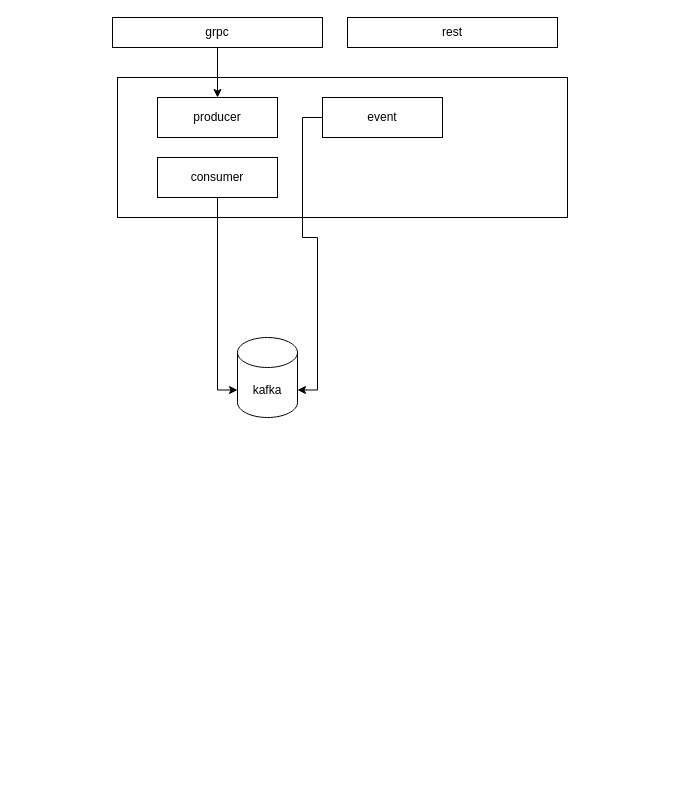
qiaogy91/maudit keeps this draw.io diagram as docs/arch.drawio. Above is the earlier version. Source tidied: cells renumbered, new cells numbered last; positions are measured from the earlier drawing's top-left corner, leaving out a move shared by most shapes. Both pictures are drawn from the tidied source at 100%, with x=0, y=0 at pixel (112, 17).
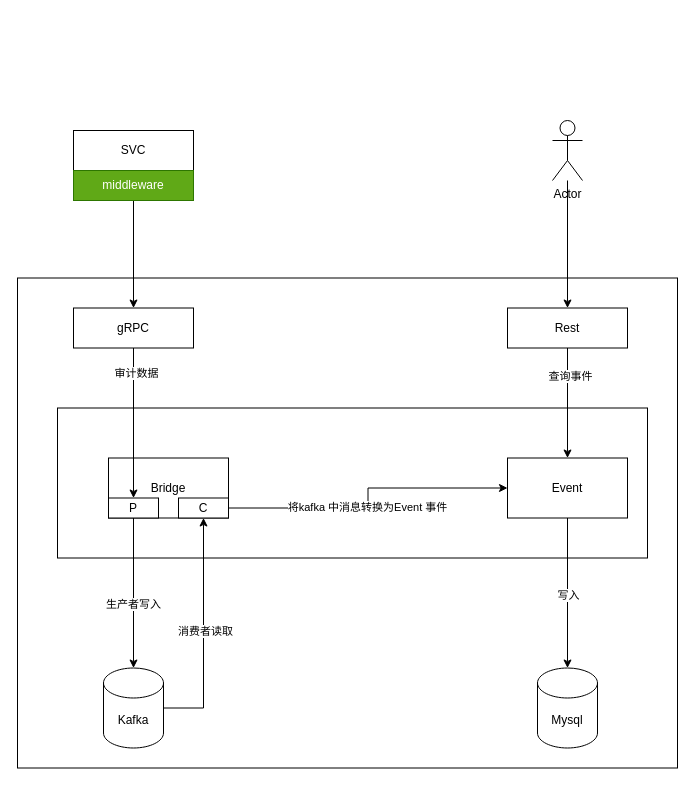
The same diagram, later.

What changed in the source:
```diff
@@
-    <mxCell id="2" style="rounded=0;whiteSpace=wrap;html=1;" parent="1" vertex="1">
-      <mxGeometry x="5" y="60" width="450" height="140" as="geometry" />
-    </mxCell>
-    <mxCell id="3" style="edgeStyle=orthogonalEdgeStyle;rounded=0;jettySize=auto;html=1;entryX=0.5;entryY=0;entryDx=0;entryDy=0;" parent="1" edge="1" source="4" target="6">
-      <mxGeometry relative="1" as="geometry" />
-    </mxCell>
-    <mxCell id="4" value="grpc" style="rounded=0;whiteSpace=wrap;html=1;" parent="1" vertex="1">
-      <mxGeometry width="210" height="30" as="geometry" />
-    </mxCell>
-    <mxCell id="5" value="kafka" style="shape=cylinder3;whiteSpace=wrap;html=1;boundedLbl=1;backgroundOutline=1;size=15;" parent="1" vertex="1">
-      <mxGeometry x="125" y="320" width="60" height="80" as="geometry" />
-    </mxCell>
-    <mxCell id="6" value="producer" style="rounded=0;whiteSpace=wrap;html=1;" parent="1" vertex="1">
-      <mxGeometry x="45" y="80" width="120" height="40" as="geometry" />
-    </mxCell>
-    <mxCell id="7" style="edgeStyle=orthogonalEdgeStyle;rounded=0;jettySize=auto;html=1;entryX=0;entryY=0;entryDx=0;entryDy=52.5;entryPerimeter=0;" parent="1" edge="1" source="8" target="5">
-      <mxGeometry relative="1" as="geometry" />
-    </mxCell>
-    <mxCell id="8" value="consumer" style="rounded=0;whiteSpace=wrap;html=1;" parent="1" vertex="1">
-      <mxGeometry x="45" y="140" width="120" height="40" as="geometry" />
-    </mxCell>
-    <mxCell id="9" value="rest" style="rounded=0;whiteSpace=wrap;html=1;" parent="1" vertex="1">
-      <mxGeometry x="235" width="210" height="30" as="geometry" />
-    </mxCell>
+    <mxCell id="12" style="rounded=0;whiteSpace=wrap;html=1;" parent="1" vertex="1">
+      <mxGeometry x="-95" y="260.5" width="660" height="490" as="geometry" />
+    </mxCell>
-    <mxCell id="10" style="edgeStyle=orthogonalEdgeStyle;rounded=0;jettySize=auto;html=1;entryX=1;entryY=0;entryDx=0;entryDy=52.5;entryPerimeter=0;" parent="1" edge="1" source="11" target="5">
-      <mxGeometry relative="1" as="geometry" />
+    <mxCell id="10" style="rounded=0;whiteSpace=wrap;html=1;" parent="1" vertex="1">
+      <mxGeometry x="-55" y="390.5" width="590" height="150" as="geometry" />
     </mxCell>
-    <mxCell id="11" value="event" style="rounded=0;whiteSpace=wrap;html=1;" parent="1" vertex="1">
-      <mxGeometry x="210" y="80" width="120" height="40" as="geometry" />
-    </mxCell>
+    <mxCell id="13" value="Bridge" style="rounded=0;whiteSpace=wrap;html=1;" parent="1" vertex="1">
+      <mxGeometry x="-4" y="440.5" width="120" height="60" as="geometry" />
+    </mxCell>
+    <mxCell id="14" style="edgeStyle=orthogonalEdgeStyle;rounded=0;jettySize=auto;html=1;entryX=0.5;entryY=0;entryDx=0;entryDy=0;entryPerimeter=0;" parent="1" edge="1" source="16" target="29">
+      <mxGeometry relative="1" as="geometry" />
+    </mxCell>
+    <mxCell id="15" value="写入" style="edgeLabel;html=1;align=center;verticalAlign=middle;" parent="14" vertex="1">
+      <mxGeometry x="0.03" relative="1" as="geometry" />
+    </mxCell>
+    <mxCell id="16" value="Event" style="rounded=0;whiteSpace=wrap;html=1;" parent="1" vertex="1">
+      <mxGeometry x="395" y="440.5" width="120" height="60" as="geometry" />
+    </mxCell>
+    <mxCell id="17" style="edgeStyle=orthogonalEdgeStyle;rounded=0;jettySize=auto;html=1;entryX=0.5;entryY=1;entryDx=0;entryDy=0;" parent="1" edge="1" source="19" target="25">
+      <mxGeometry relative="1" as="geometry" />
+    </mxCell>
+    <mxCell id="18" value="消费者读取" style="edgeLabel;html=1;align=center;verticalAlign=middle;" parent="17" vertex="1">
+      <mxGeometry x="0.02" y="-1" relative="1" as="geometry" />
+    </mxCell>
+    <mxCell id="19" value="Kafka" style="shape=cylinder3;whiteSpace=wrap;html=1;boundedLbl=1;backgroundOutline=1;size=15;" parent="1" vertex="1">
+      <mxGeometry x="-9" y="650.5" width="60" height="80" as="geometry" />
+    </mxCell>
+    <mxCell id="20" style="edgeStyle=orthogonalEdgeStyle;rounded=0;jettySize=auto;html=1;" parent="1" edge="1" source="22" target="19">
+      <mxGeometry relative="1" as="geometry" />
+    </mxCell>
+    <mxCell id="21" value="生产者写入" style="edgeLabel;html=1;align=center;verticalAlign=middle;" parent="20" vertex="1">
+      <mxGeometry x="0.15" y="-1" relative="1" as="geometry" />
+    </mxCell>
+    <mxCell id="22" value="P" style="rounded=0;whiteSpace=wrap;html=1;" parent="1" vertex="1">
+      <mxGeometry x="-4" y="480.5" width="50" height="20" as="geometry" />
+    </mxCell>
+    <mxCell id="23" style="edgeStyle=orthogonalEdgeStyle;rounded=0;jettySize=auto;html=1;entryX=0;entryY=0.5;entryDx=0;entryDy=0;" parent="1" edge="1" source="25" target="16">
+      <mxGeometry relative="1" as="geometry" />
+    </mxCell>
+    <mxCell id="24" value="将kafka 中消息转换为Event 事件" style="edgeLabel;html=1;align=center;verticalAlign=middle;" parent="23" vertex="1">
+      <mxGeometry x="-0.08" y="1" relative="1" as="geometry" />
+    </mxCell>
+    <mxCell id="25" value="C" style="rounded=0;whiteSpace=wrap;html=1;" parent="1" vertex="1">
+      <mxGeometry x="66" y="480.5" width="50" height="20" as="geometry" />
+    </mxCell>
+    <mxCell id="26" style="edgeStyle=orthogonalEdgeStyle;rounded=0;jettySize=auto;html=1;entryX=0.5;entryY=0;entryDx=0;entryDy=0;" parent="1" edge="1" source="28" target="22">
+      <mxGeometry relative="1" as="geometry" />
+    </mxCell>
+    <mxCell id="27" value="审计数据" style="edgeLabel;html=1;align=center;verticalAlign=middle;" parent="26" vertex="1">
+      <mxGeometry x="-0.67" y="2" relative="1" as="geometry" />
+    </mxCell>
+    <mxCell id="28" value="gRPC" style="rounded=0;whiteSpace=wrap;html=1;" parent="1" vertex="1">
+      <mxGeometry x="-39" y="290.5" width="120" height="40" as="geometry" />
+    </mxCell>
+    <mxCell id="29" value="Mysql" style="shape=cylinder3;whiteSpace=wrap;html=1;boundedLbl=1;backgroundOutline=1;size=15;" parent="1" vertex="1">
+      <mxGeometry x="425" y="650.5" width="60" height="80" as="geometry" />
+    </mxCell>
+    <mxCell id="30" style="edgeStyle=orthogonalEdgeStyle;rounded=0;jettySize=auto;html=1;entryX=0.5;entryY=0;entryDx=0;entryDy=0;" parent="1" edge="1" source="32" target="16">
+      <mxGeometry relative="1" as="geometry" />
+    </mxCell>
+    <mxCell id="31" value="查询事件" style="edgeLabel;html=1;align=center;verticalAlign=middle;" parent="30" vertex="1">
+      <mxGeometry x="-0.49" y="2" relative="1" as="geometry" />
+    </mxCell>
+    <mxCell id="32" value="Rest" style="rounded=0;whiteSpace=wrap;html=1;" parent="1" vertex="1">
+      <mxGeometry x="395" y="290.5" width="120" height="40" as="geometry" />
+    </mxCell>
+    <mxCell id="33" style="edgeStyle=orthogonalEdgeStyle;rounded=0;jettySize=auto;html=1;" parent="1" edge="1" source="34" target="32">
+      <mxGeometry relative="1" as="geometry" />
+    </mxCell>
+    <mxCell id="34" value="Actor" style="shape=umlActor;verticalLabelPosition=bottom;verticalAlign=top;html=1;outlineConnect=0;fillColor=none;" parent="1" vertex="1">
+      <mxGeometry x="440" y="103" width="30" height="60" as="geometry" />
+    </mxCell>
+    <mxCell id="35" value="SVC" style="rounded=0;whiteSpace=wrap;html=1;fillColor=none;" parent="1" vertex="1">
+      <mxGeometry x="-39" y="113" width="120" height="40" as="geometry" />
+    </mxCell>
+    <mxCell id="36" style="edgeStyle=orthogonalEdgeStyle;rounded=0;jettySize=auto;html=1;entryX=0.5;entryY=0;entryDx=0;entryDy=0;" parent="1" edge="1" source="37" target="28">
+      <mxGeometry relative="1" as="geometry" />
+    </mxCell>
+    <mxCell id="37" value="middleware" style="rounded=0;whiteSpace=wrap;html=1;fillColor=#60a917;fontColor=#ffffff;strokeColor=#2D7600;" parent="1" vertex="1">
+      <mxGeometry x="-39" y="153" width="120" height="30" as="geometry" />
+    </mxCell>
```
